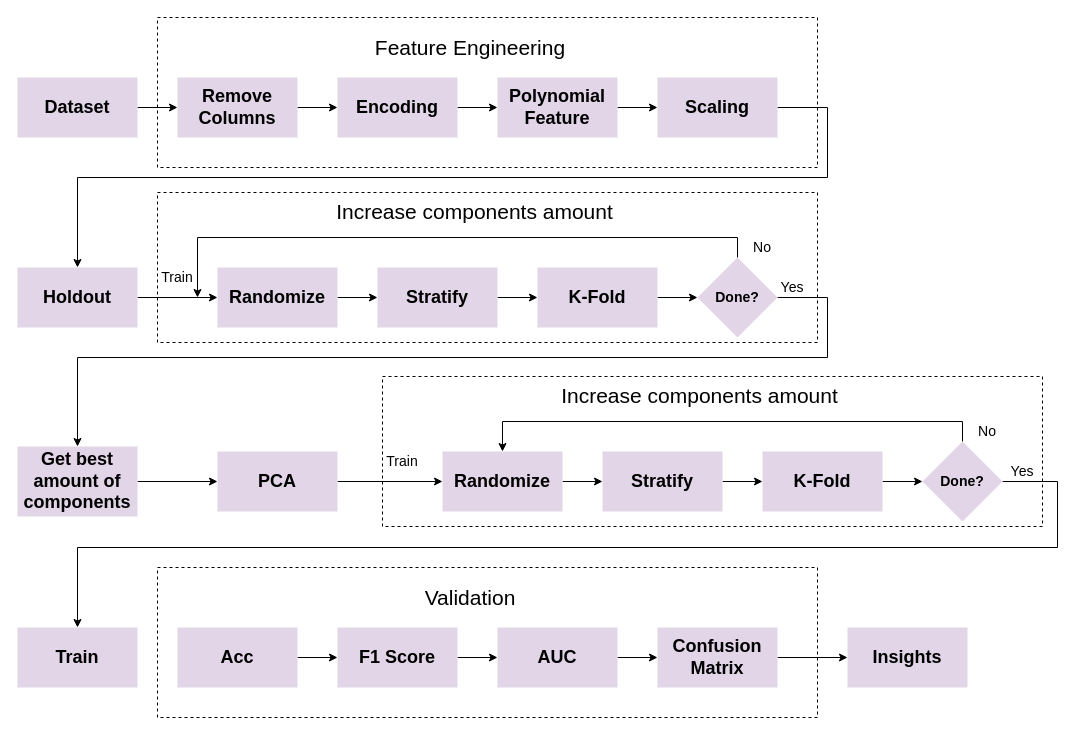
Before: Diagram.drawio in RodrigoCMoraes/pydata2019, a draw.io diagram. Source tidied: cells renumbered, new cells numbered last; positions are measured from the earlier drawing's top-left corner, leaving out a move shared by most shapes. Both pictures are drawn from the tidied source at 100%, with x=0, y=0 at pixel (17, 17).
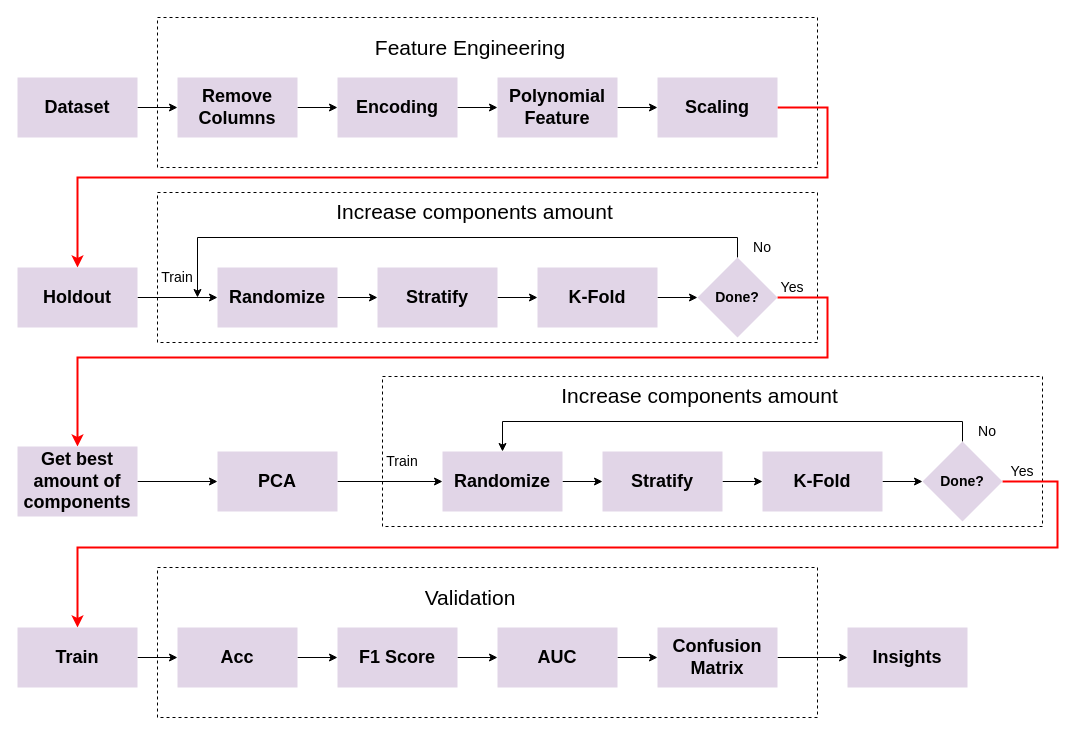
The same diagram, later.

Unchanged cells that the change refers to:
```xml
<mxCell id="13" value="&lt;b&gt;&lt;font style=&quot;font-size: 18px&quot;&gt;Scaling&lt;br&gt;&lt;/font&gt;&lt;/b&gt;" style="rounded=0;whiteSpace=wrap;html=1;fillColor=#e1d5e7;strokeColor=none;" parent="1" vertex="1">
  <mxGeometry x="640" y="60" width="120" height="60" as="geometry" />
</mxCell>
<mxCell id="22" value="&lt;b&gt;&lt;font style=&quot;font-size: 18px&quot;&gt;Holdout&lt;br&gt;&lt;/font&gt;&lt;/b&gt;" style="rounded=0;whiteSpace=wrap;html=1;fillColor=#e1d5e7;strokeColor=none;" parent="1" vertex="1">
  <mxGeometry y="250" width="120" height="60" as="geometry" />
</mxCell>
<mxCell id="26" value="&lt;b&gt;&lt;font style=&quot;font-size: 14px&quot;&gt;Done?&lt;/font&gt;&lt;/b&gt;" style="rhombus;whiteSpace=wrap;html=1;dashed=1;strokeColor=none;fillColor=#e1d5e7;" parent="1" vertex="1">
  <mxGeometry x="680" y="240" width="80" height="80" as="geometry" />
</mxCell>
<mxCell id="30" value="&lt;b&gt;&lt;font style=&quot;font-size: 18px&quot;&gt;Get best amount of components&lt;br&gt;&lt;/font&gt;&lt;/b&gt;" style="rounded=0;whiteSpace=wrap;html=1;fillColor=#e1d5e7;strokeColor=none;" parent="1" vertex="1">
  <mxGeometry y="429" width="120" height="70" as="geometry" />
</mxCell>
<mxCell id="43" value="&lt;b&gt;&lt;font style=&quot;font-size: 14px&quot;&gt;Done?&lt;/font&gt;&lt;/b&gt;" style="rhombus;whiteSpace=wrap;html=1;dashed=1;strokeColor=none;fillColor=#e1d5e7;" parent="1" vertex="1">
  <mxGeometry x="905" y="424" width="80" height="80" as="geometry" />
</mxCell>
<mxCell id="49" value="&lt;b&gt;&lt;font style=&quot;font-size: 18px&quot;&gt;Acc&lt;br&gt;&lt;/font&gt;&lt;/b&gt;" style="rounded=0;whiteSpace=wrap;html=1;fillColor=#e1d5e7;strokeColor=none;" parent="1" vertex="1">
  <mxGeometry x="160" y="610" width="120" height="60" as="geometry" />
</mxCell>
<mxCell id="57" value="&lt;b&gt;&lt;font style=&quot;font-size: 18px&quot;&gt;Train&lt;br&gt;&lt;/font&gt;&lt;/b&gt;" style="rounded=0;whiteSpace=wrap;html=1;fillColor=#e1d5e7;strokeColor=none;" parent="1" vertex="1">
  <mxGeometry y="610" width="120" height="60" as="geometry" />
</mxCell>
```

Change to the diagram source:
```diff
@@
-    <mxCell id="12" style="edgeStyle=orthogonalEdgeStyle;rounded=0;jettySize=auto;html=1;exitX=1;exitY=0.5;exitDx=0;exitDy=0;entryX=0.5;entryY=0;entryDx=0;entryDy=0;" parent="1" edge="1" source="13" target="22">
+    <mxCell id="12" style="edgeStyle=orthogonalEdgeStyle;rounded=0;jettySize=auto;html=1;exitX=1;exitY=0.5;exitDx=0;exitDy=0;entryX=0.5;entryY=0;entryDx=0;entryDy=0;fillColor=#f8cecc;strokeColor=#FF0000;strokeWidth=2;" parent="1" edge="1" source="13" target="22">
       <mxGeometry relative="1" as="geometry">
         <Array as="points">
           <mxPoint x="810" y="90" />
           <mxPoint x="810" y="160" />
           <mxPoint x="60" y="160" />
         </Array>
       </mxGeometry>
     </mxCell>
@@
-    <mxCell id="25" style="edgeStyle=orthogonalEdgeStyle;rounded=0;jettySize=auto;html=1;exitX=1;exitY=0.5;exitDx=0;exitDy=0;entryX=0.5;entryY=0;entryDx=0;entryDy=0;" parent="1" edge="1" source="26" target="30">
+    <mxCell id="25" style="edgeStyle=orthogonalEdgeStyle;rounded=0;jettySize=auto;html=1;exitX=1;exitY=0.5;exitDx=0;exitDy=0;entryX=0.5;entryY=0;entryDx=0;entryDy=0;fillColor=#f8cecc;strokeColor=#FF0000;strokeWidth=2;" parent="1" edge="1" source="26" target="30">
       <mxGeometry relative="1" as="geometry">
         <Array as="points">
           <mxPoint x="810" y="280" />
           <mxPoint x="810" y="340" />
           <mxPoint x="60" y="340" />
         </Array>
       </mxGeometry>
     </mxCell>
@@
-    <mxCell id="42" style="edgeStyle=orthogonalEdgeStyle;rounded=0;jettySize=auto;html=1;exitX=1;exitY=0.5;exitDx=0;exitDy=0;entryX=0.5;entryY=0;entryDx=0;entryDy=0;" parent="1" edge="1" source="43" target="57">
+    <mxCell id="42" style="edgeStyle=orthogonalEdgeStyle;rounded=0;jettySize=auto;html=1;exitX=1;exitY=0.5;exitDx=0;exitDy=0;entryX=0.5;entryY=0;entryDx=0;entryDy=0;strokeColor=#FF0000;strokeWidth=2;" parent="1" edge="1" source="43" target="57">
       <mxGeometry relative="1" as="geometry">
         <Array as="points">
           <mxPoint x="1040" y="464" />
           <mxPoint x="1040" y="530" />
           <mxPoint x="60" y="530" />
         </Array>
       </mxGeometry>
     </mxCell>
@@
+    <mxCell id="60" style="edgeStyle=orthogonalEdgeStyle;rounded=0;jettySize=auto;html=1;exitX=1;exitY=0.5;exitDx=0;exitDy=0;entryX=0;entryY=0.5;entryDx=0;entryDy=0;" parent="1" edge="1" source="57" target="49">
+      <mxGeometry relative="1" as="geometry" />
+    </mxCell>
```
